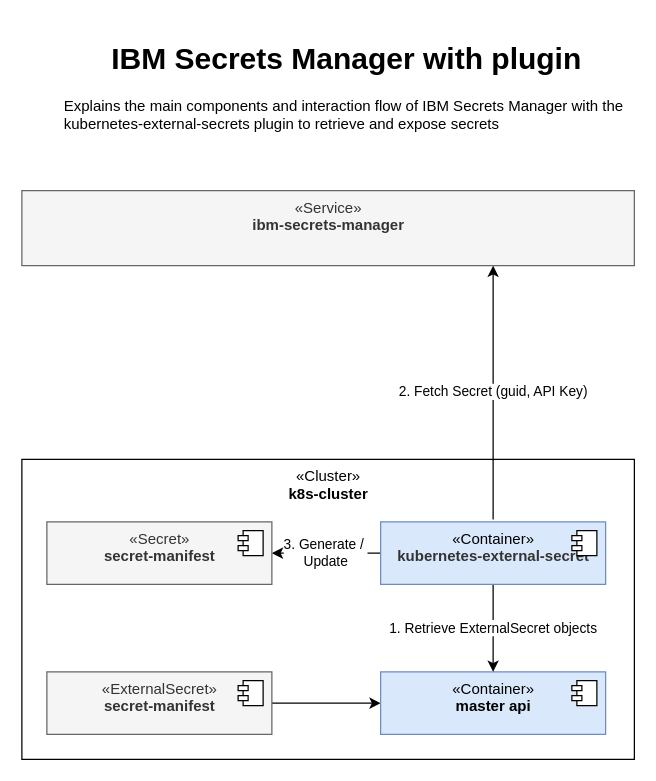
ocp-universe/kubernetes-secrets-101 keeps this draw.io diagram as page "IBM_Secrets_Manager" (1 of 8) of static/kubernetes-secrets-101.drawio. Above is the earlier version. Source tidied: cells renumbered, new cells numbered last; positions are measured from the earlier drawing's top-left corner, leaving out a move shared by most shapes. Both pictures are drawn from the tidied source at 125%, with x=0, y=0 at pixel (21, 34).
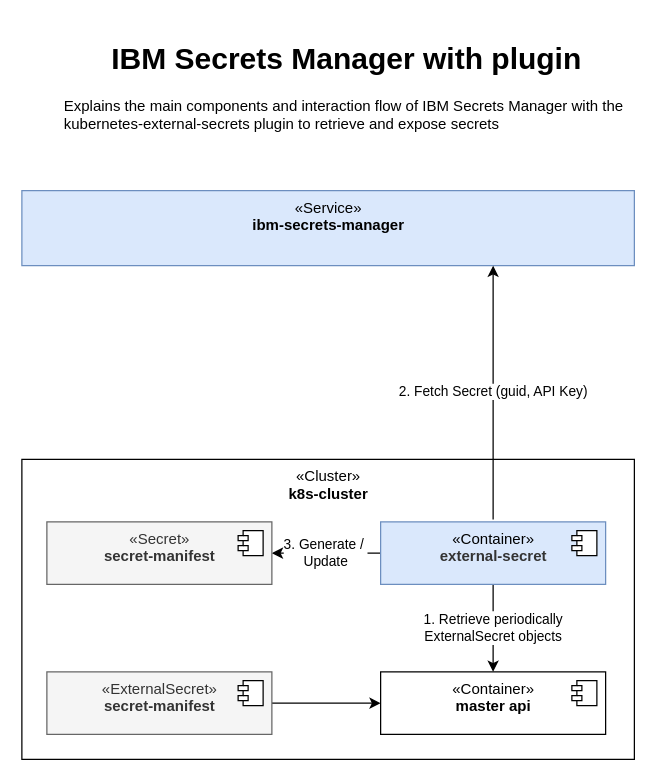
The same page after the edit.

Change to the diagram source:
```diff
@@
-    <mxCell id="6" value="«Service»&lt;br&gt;&lt;b&gt;ibm-secrets-manager&lt;/b&gt;" style="html=1;verticalAlign=top;align=center;fillColor=#f5f5f5;strokeColor=#666666;fontColor=#333333;" parent="1" vertex="1">
+    <mxCell id="6" value="«Service»&lt;br&gt;&lt;b&gt;ibm-secrets-manager&lt;/b&gt;" style="html=1;verticalAlign=top;align=center;fillColor=#dae8fc;strokeColor=#6c8ebf;" parent="1" vertex="1">
       <mxGeometry y="125" width="490" height="60" as="geometry" />
     </mxCell>
@@
-    <mxCell id="8" value="«Container»&lt;br&gt;&lt;b&gt;master api&lt;/b&gt;" style="html=1;align=center;verticalAlign=top;fillColor=#dae8fc;strokeColor=#6c8ebf;" parent="1" vertex="1">
+    <mxCell id="8" value="«Container»&lt;br&gt;&lt;b&gt;master api&lt;/b&gt;" style="html=1;align=center;verticalAlign=top;" parent="1" vertex="1">
       <mxGeometry x="287" y="510" width="180" height="50" as="geometry" />
     </mxCell>
@@
-    <mxCell id="10" value="1. Retrieve ExternalSecret objects" style="edgeStyle=orthogonalEdgeStyle;rounded=0;jettySize=auto;html=1;entryX=0.5;entryY=0;entryDx=0;entryDy=0;" parent="1" edge="1" source="13" target="8">
+    <mxCell id="10" value="1. Retrieve periodically &lt;br&gt;ExternalSecret objects" style="edgeStyle=orthogonalEdgeStyle;rounded=0;jettySize=auto;html=1;entryX=0.5;entryY=0;entryDx=0;entryDy=0;" parent="1" edge="1" source="13" target="8">
       <mxGeometry relative="1" as="geometry" />
     </mxCell>
@@
-    <mxCell id="13" value="«Container»&lt;br&gt;&lt;b style=&quot;color: rgb(51 , 51 , 51)&quot;&gt;kubernetes-external-secret&lt;/b&gt;" style="html=1;align=center;verticalAlign=top;fillColor=#dae8fc;strokeColor=#6c8ebf;" parent="1" vertex="1">
+    <mxCell id="13" value="«Container»&lt;br&gt;&lt;b style=&quot;color: rgb(51 , 51 , 51)&quot;&gt;external-secret&lt;/b&gt;" style="html=1;align=center;verticalAlign=top;fillColor=#dae8fc;strokeColor=#6c8ebf;" parent="1" vertex="1">
       <mxGeometry x="287" y="390" width="180" height="50" as="geometry" />
     </mxCell>
```
